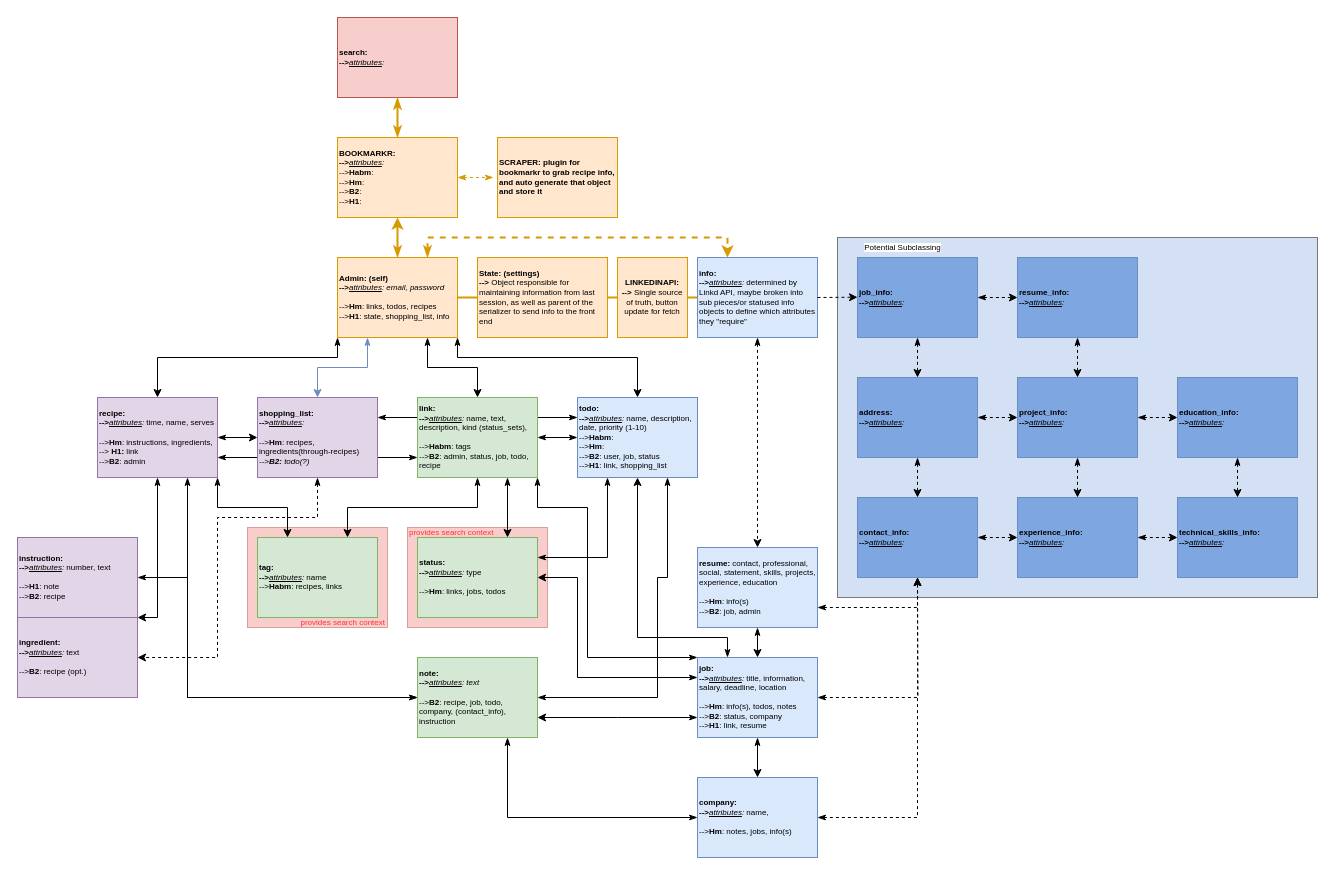
Earlier version of the draw.io diagram docs/self.oo-map-v1.drawio (horaciovelvetine/horaciovelvetine). Source tidied: cells renumbered, new cells numbered last; positions are measured from the earlier drawing's top-left corner, leaving out a move shared by most shapes. Both pictures are drawn from the tidied source at 100%, with x=0, y=0 at pixel (17, 17).
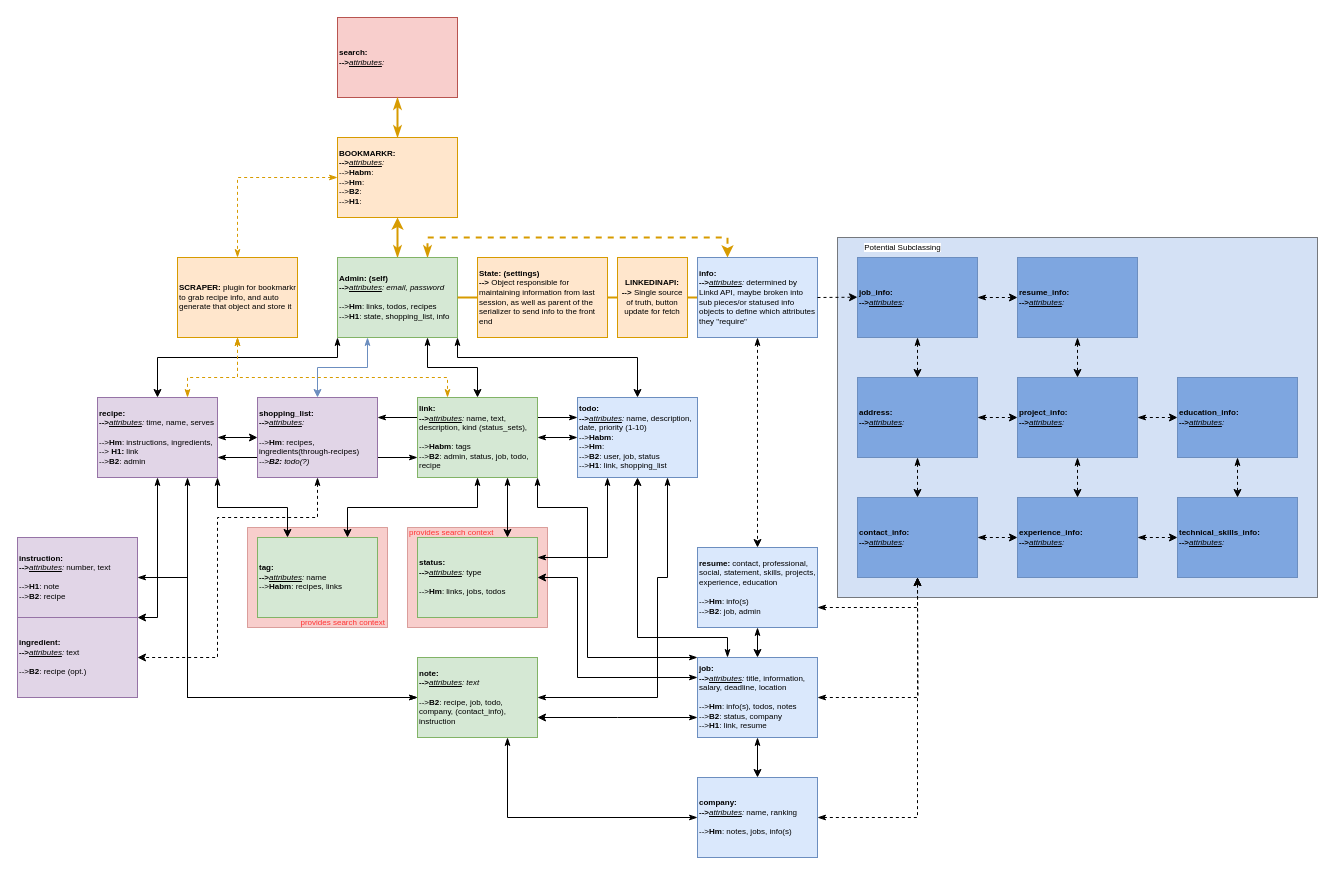
The same page after the edit.

Commit message (it also covers changes not shown here):
add in visual map of oo planning

Unchanged cells that the change refers to:
```xml
<mxCell id="40" value="&lt;b&gt;link:&lt;/b&gt;&lt;br&gt;&lt;b&gt;--&amp;gt;&lt;/b&gt;&lt;i&gt;&lt;u&gt;attributes&lt;/u&gt;: &lt;/i&gt;name, text, description, kind (status_sets),&lt;br&gt;&lt;br&gt;--&amp;gt;&lt;b&gt;Habm&lt;/b&gt;: tags&lt;br&gt;--&amp;gt;&lt;b&gt;B2&lt;/b&gt;: admin, status, job, todo, recipe" style="rounded=0;whiteSpace=wrap;html=1;fontSize=8;align=left;fillColor=#d5e8d4;strokeColor=#82b366;" parent="1" vertex="1">
  <mxGeometry x="400" y="380" width="120" height="80" as="geometry" />
</mxCell>
<mxCell id="46" value="&lt;b&gt;recipe:&lt;/b&gt;&lt;br&gt;&lt;b&gt;--&amp;gt;&lt;/b&gt;&lt;i&gt;&lt;u&gt;attributes&lt;/u&gt;: &lt;/i&gt;time, name, serves&lt;br&gt;&lt;br&gt;--&amp;gt;&lt;b&gt;Hm&lt;/b&gt;: instructions, ingredients, --&amp;gt; &lt;b&gt;H1:&lt;/b&gt;&amp;nbsp;link&lt;br&gt;--&amp;gt;&lt;b&gt;B2&lt;/b&gt;: admin" style="rounded=0;whiteSpace=wrap;html=1;fontSize=8;align=left;fillColor=#e1d5e7;strokeColor=#9673a6;" parent="1" vertex="1">
  <mxGeometry x="80" y="380" width="120" height="80" as="geometry" />
</mxCell>
<mxCell id="77" value="&lt;b&gt;BOOKMARKR:&lt;/b&gt;&lt;br&gt;&lt;b&gt;--&amp;gt;&lt;/b&gt;&lt;i&gt;&lt;u&gt;attributes&lt;/u&gt;:&lt;/i&gt;&lt;br&gt;--&amp;gt;&lt;b&gt;Habm&lt;/b&gt;:&amp;nbsp;&lt;br&gt;--&amp;gt;&lt;b&gt;Hm&lt;/b&gt;:&lt;br&gt;--&amp;gt;&lt;b&gt;B2&lt;/b&gt;:&amp;nbsp;&lt;br&gt;--&amp;gt;&lt;b&gt;H1&lt;/b&gt;:" style="rounded=0;whiteSpace=wrap;html=1;fontSize=8;align=left;fillColor=#ffe6cc;strokeColor=#d79b00;" parent="1" vertex="1">
  <mxGeometry x="320" y="120" width="120" height="80" as="geometry" />
</mxCell>
```

What changed in the source:
```diff
@@
-    <mxCell id="13" value="&lt;b&gt;Admin: (self)&lt;/b&gt;&lt;br&gt;&lt;b&gt;--&amp;gt;&lt;/b&gt;&lt;i&gt;&lt;u&gt;attributes&lt;/u&gt;: email, password&lt;/i&gt;&lt;br&gt;&lt;br&gt;--&amp;gt;&lt;b&gt;Hm&lt;/b&gt;: links, todos, recipes&amp;nbsp;&lt;br&gt;--&amp;gt;&lt;b&gt;H1&lt;/b&gt;: state, shopping_list, info" style="rounded=0;whiteSpace=wrap;html=1;fontSize=8;align=left;fillColor=#ffe6cc;strokeColor=#d79b00;" parent="1" vertex="1">
+    <mxCell id="13" value="&lt;b&gt;Admin: (self)&lt;/b&gt;&lt;br&gt;&lt;b&gt;--&amp;gt;&lt;/b&gt;&lt;i&gt;&lt;u&gt;attributes&lt;/u&gt;: email, password&lt;/i&gt;&lt;br&gt;&lt;br&gt;--&amp;gt;&lt;b&gt;Hm&lt;/b&gt;: links, todos, recipes&amp;nbsp;&lt;br&gt;--&amp;gt;&lt;b&gt;H1&lt;/b&gt;: state, shopping_list, info" style="rounded=0;whiteSpace=wrap;html=1;fontSize=8;align=left;fillColor=#d5e8d4;strokeColor=#82b366;" parent="1" vertex="1">
       <mxGeometry x="320" y="240" width="120" height="80" as="geometry" />
     </mxCell>
@@
-    <mxCell id="69" value="&lt;b&gt;company:&lt;/b&gt;&lt;br&gt;&lt;b&gt;--&amp;gt;&lt;/b&gt;&lt;i&gt;&lt;u&gt;attributes&lt;/u&gt;: &lt;/i&gt;name,&lt;br&gt;&lt;br&gt;--&amp;gt;&lt;b&gt;Hm&lt;/b&gt;: notes, jobs, info(s)" style="rounded=0;whiteSpace=wrap;html=1;fontSize=8;align=left;fillColor=#dae8fc;strokeColor=#6c8ebf;" parent="1" vertex="1">
+    <mxCell id="69" value="&lt;b&gt;company:&lt;/b&gt;&lt;br&gt;&lt;b&gt;--&amp;gt;&lt;/b&gt;&lt;i&gt;&lt;u&gt;attributes&lt;/u&gt;: &lt;/i&gt;name, ranking&lt;br&gt;&lt;br&gt;--&amp;gt;&lt;b&gt;Hm&lt;/b&gt;: notes, jobs, info(s)" style="rounded=0;whiteSpace=wrap;html=1;fontSize=8;align=left;fillColor=#dae8fc;strokeColor=#6c8ebf;" parent="1" vertex="1">
       <mxGeometry x="680" y="760" width="120" height="80" as="geometry" />
     </mxCell>
@@
+    <mxCell id="81" style="edgeStyle=orthogonalEdgeStyle;rounded=0;jettySize=auto;html=1;exitX=0.5;exitY=1;exitDx=0;exitDy=0;entryX=0.75;entryY=0;entryDx=0;entryDy=0;dashed=1;fontSize=8;fontColor=#FF3333;startArrow=classicThin;startFill=1;endArrow=classicThin;endFill=1;strokeColor=#d79b00;strokeWidth=1;fillColor=#ffe6cc;" parent="1" edge="1" source="74" target="46">
+      <mxGeometry relative="1" as="geometry">
+        <Array as="points">
+          <mxPoint x="220" y="360" />
+          <mxPoint x="170" y="360" />
+        </Array>
+      </mxGeometry>
+    </mxCell>
+    <mxCell id="82" style="edgeStyle=orthogonalEdgeStyle;rounded=0;jettySize=auto;html=1;exitX=0.5;exitY=1;exitDx=0;exitDy=0;entryX=0.25;entryY=0;entryDx=0;entryDy=0;dashed=1;fontSize=8;fontColor=#FF3333;startArrow=classicThin;startFill=1;endArrow=classicThin;endFill=1;strokeColor=#d79b00;strokeWidth=1;fillColor=#ffe6cc;" parent="1" edge="1" source="74" target="40">
+      <mxGeometry relative="1" as="geometry">
+        <Array as="points">
+          <mxPoint x="220" y="360" />
+          <mxPoint x="430" y="360" />
+        </Array>
+      </mxGeometry>
+    </mxCell>
-    <mxCell id="74" value="&lt;b&gt;SCRAPER: plugin for bookmarkr to grab recipe info, and auto generate that object and store it&lt;/b&gt;" style="rounded=0;whiteSpace=wrap;html=1;fontSize=8;align=left;fillColor=#ffe6cc;strokeColor=#d79b00;" parent="1" vertex="1">
-      <mxGeometry x="480" y="120" width="120" height="80" as="geometry" />
+    <mxCell id="74" value="&lt;b&gt;SCRAPER: &lt;/b&gt;plugin for bookmarkr to grab recipe info, and auto generate that object and store it" style="rounded=0;whiteSpace=wrap;html=1;fontSize=8;align=left;fillColor=#ffe6cc;strokeColor=#d79b00;" parent="1" vertex="1">
+      <mxGeometry x="160" y="240" width="120" height="80" as="geometry" />
     </mxCell>
@@
-    <mxCell id="76" style="edgeStyle=orthogonalEdgeStyle;rounded=0;jettySize=auto;html=1;exitX=1;exitY=0.5;exitDx=0;exitDy=0;entryX=-0.034;entryY=0.499;entryDx=0;entryDy=0;entryPerimeter=0;fontSize=8;fontColor=#FF3333;startArrow=classicThin;startFill=1;endArrow=classicThin;endFill=1;strokeColor=#d79b00;strokeWidth=1;dashed=1;fillColor=#ffe6cc;" parent="1" edge="1" source="77" target="74">
+    <mxCell id="76" style="edgeStyle=orthogonalEdgeStyle;rounded=0;jettySize=auto;html=1;exitX=0;exitY=0.5;exitDx=0;exitDy=0;entryX=0.5;entryY=0;entryDx=0;entryDy=0;dashed=1;fontSize=8;fontColor=#FF3333;startArrow=classicThin;startFill=1;endArrow=classicThin;endFill=1;strokeColor=#d79b00;strokeWidth=1;fillColor=#ffe6cc;" parent="1" edge="1" source="77" target="74">
       <mxGeometry relative="1" as="geometry" />
     </mxCell>
```
